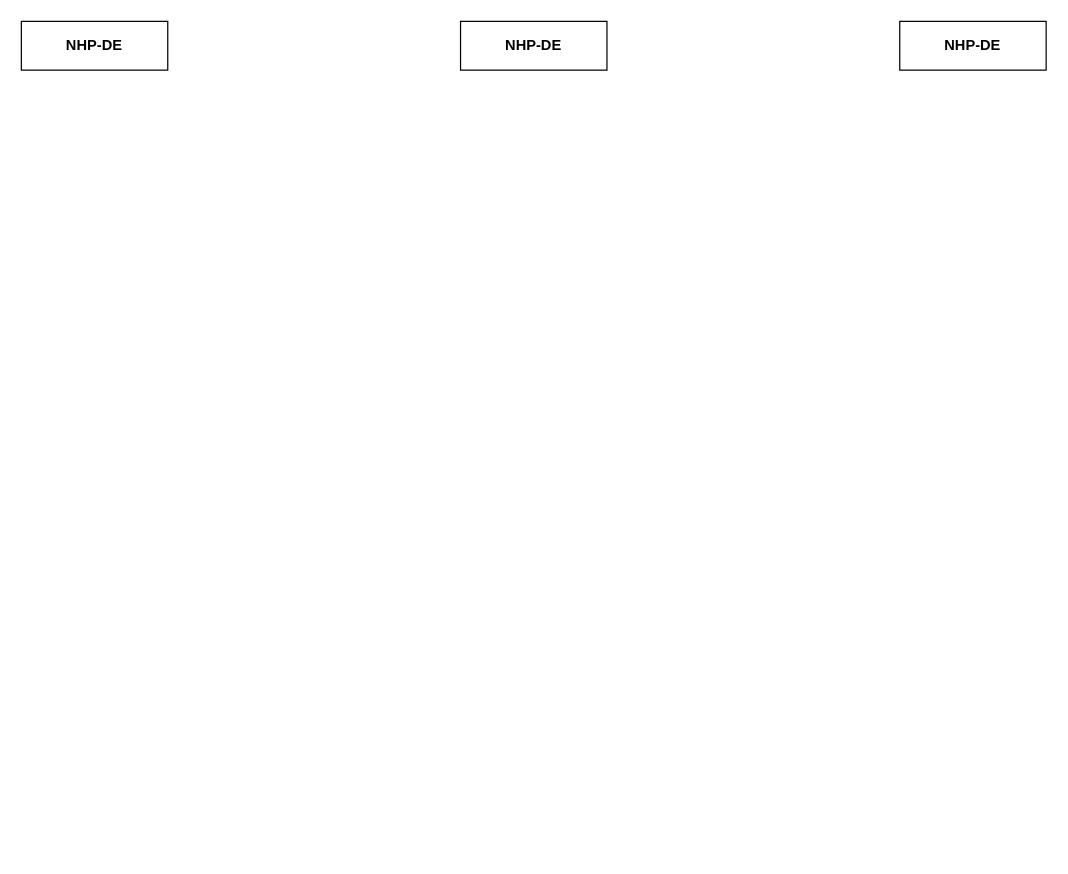
Above: dhp/dhp.register.drawio in wenhulove333/opendhp (draw.io), before the change. Source tidied: cells renumbered, new cells numbered last; positions are measured from the earlier drawing's top-left corner, leaving out a move shared by most shapes. Both pictures are drawn from the tidied source at 122%, with x=0, y=0 at pixel (21, 21).
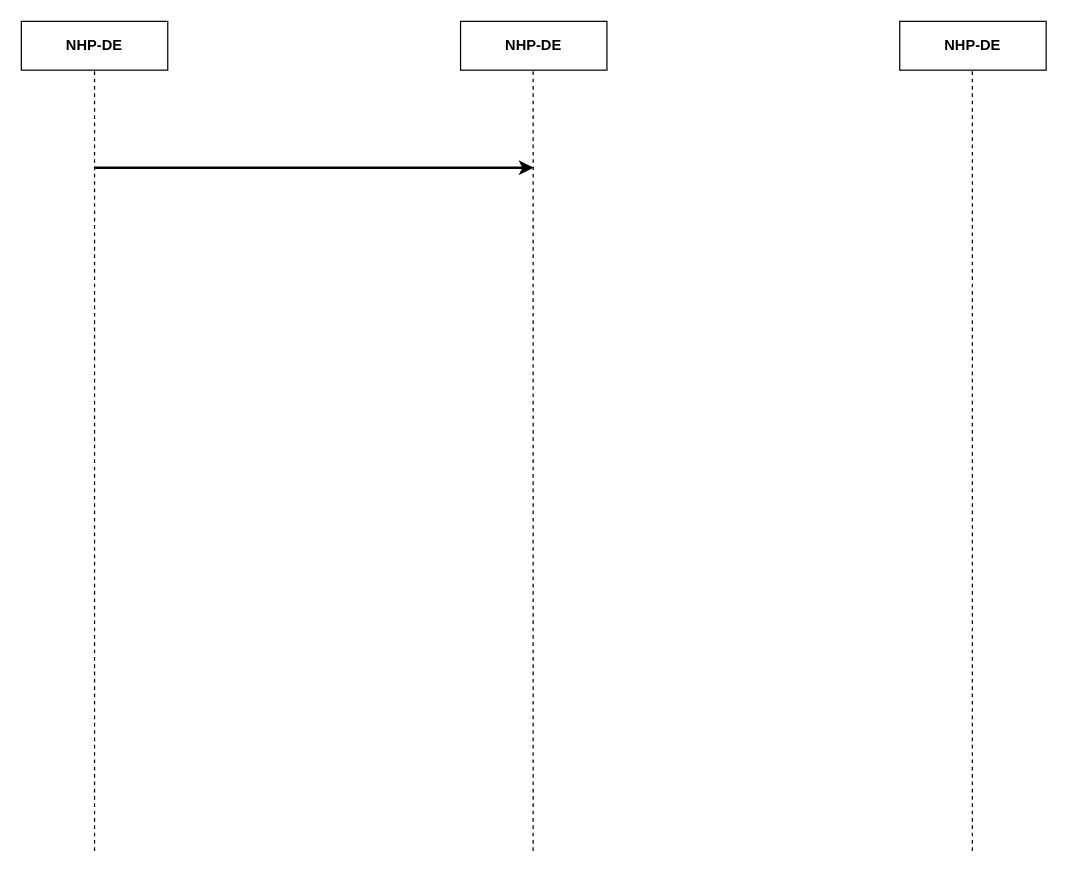
Above is the later version.

Diff of the diagram source:
```diff
@@
 <mxGraphModel>
   <root>
     <mxCell id="0" />
     <mxCell id="1" parent="0" />
     <mxCell id="2" value="&lt;b&gt;NHP-DE&lt;/b&gt;" style="rounded=0;whiteSpace=wrap;html=1;fillColor=none;" parent="1" vertex="1">
       <mxGeometry width="120" height="40" as="geometry" />
     </mxCell>
     <mxCell id="3" value="&lt;b&gt;NHP-DE&lt;/b&gt;" style="rounded=0;whiteSpace=wrap;html=1;fillColor=none;" parent="1" vertex="1">
       <mxGeometry x="360" width="120" height="40" as="geometry" />
     </mxCell>
     <mxCell id="4" value="&lt;b&gt;NHP-DE&lt;/b&gt;" style="rounded=0;whiteSpace=wrap;html=1;fillColor=none;" parent="1" vertex="1">
       <mxGeometry x="720" width="120" height="40" as="geometry" />
     </mxCell>
+    <mxCell id="5" style="endArrow=none;dashed=1;html=1;rounded=0;entryX=0.5;entryY=1;entryDx=0;entryDy=0;entryPerimeter=0;" parent="1" edge="1" target="2">
+      <mxGeometry relative="1" as="geometry">
+        <mxPoint x="60" y="680" as="sourcePoint" />
+      </mxGeometry>
+    </mxCell>
+    <mxCell id="6" style="endArrow=none;dashed=1;html=1;rounded=0;entryX=0.5;entryY=1;entryDx=0;entryDy=0;entryPerimeter=0;" parent="1" edge="1">
+      <mxGeometry relative="1" as="geometry">
+        <mxPoint x="419.5" y="680" as="sourcePoint" />
+        <mxPoint x="419.5" y="40" as="targetPoint" />
+      </mxGeometry>
+    </mxCell>
+    <mxCell id="7" style="endArrow=none;dashed=1;html=1;rounded=0;entryX=0.5;entryY=1;entryDx=0;entryDy=0;entryPerimeter=0;" parent="1" edge="1">
+      <mxGeometry relative="1" as="geometry">
+        <mxPoint x="779.5" y="680" as="sourcePoint" />
+        <mxPoint x="779.5" y="40" as="targetPoint" />
+      </mxGeometry>
+    </mxCell>
+    <mxCell id="8" style="endArrow=classic;html=1;rounded=0;strokeWidth=2;" parent="1" edge="1">
+      <mxGeometry relative="1" as="geometry">
+        <mxPoint x="60" y="120" as="sourcePoint" />
+        <mxPoint x="420" y="120" as="targetPoint" />
+      </mxGeometry>
+    </mxCell>
   </root>
 </mxGraphModel>
```
